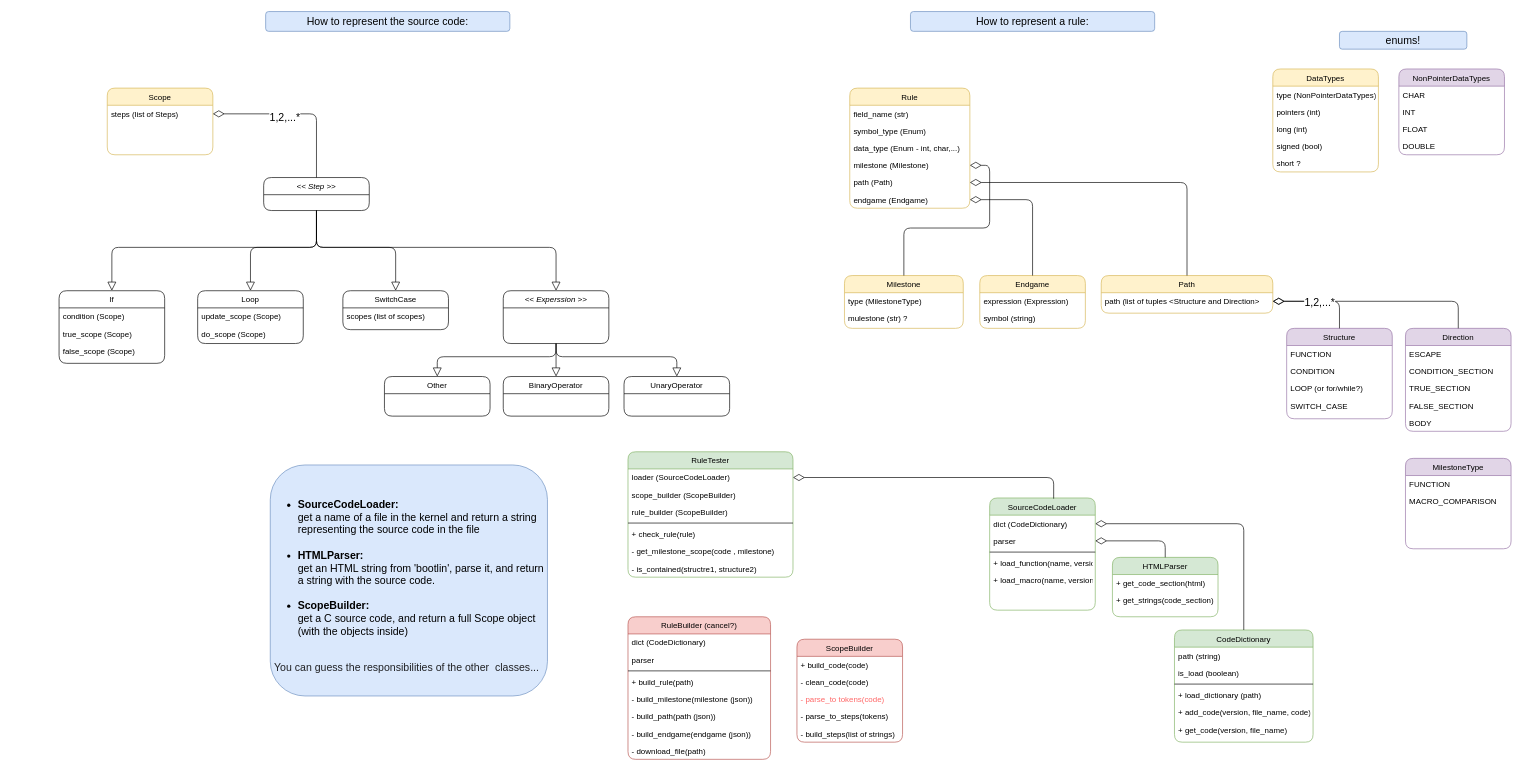
This is Untitled Diagram.drawio from zivnaim/simon, a draw.io file, before an edit. Source tidied: cells renumbered, new cells numbered last; positions are measured from the earlier drawing's top-left corner, leaving out a move shared by most shapes. Both pictures are drawn from the tidied source at 66%, with x=0, y=0 at pixel (59, 11).
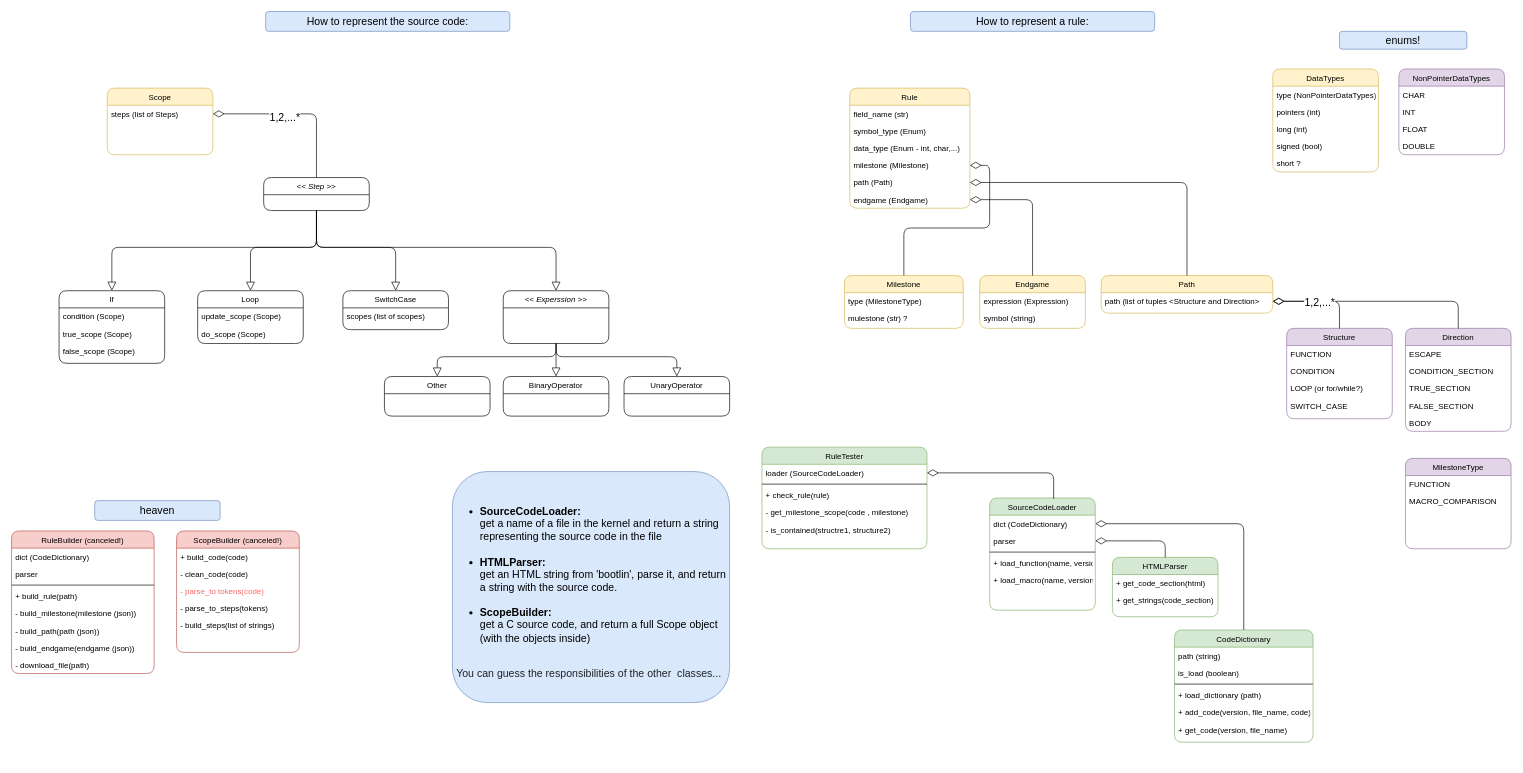
After the change.

What changed in the source:
```diff
@@
     <mxCell id="11" value="RuleTester" style="swimlane;fontStyle=0;align=center;verticalAlign=top;horizontal=1;startSize=26;rounded=1;shadow=0;strokeWidth=1;fillColor=#d5e8d4;strokeColor=#82b366;" parent="1" vertex="1">
-      <mxGeometry x="862" y="667" width="250" height="190" as="geometry" />
+      <mxGeometry x="1065" y="660" width="250" height="154" as="geometry" />
     </mxCell>
@@
-    <mxCell id="13" value="scope_builder (ScopeBuilder)" style="text;align=left;verticalAlign=top;spacingLeft=4;spacingRight=4;overflow=hidden;rounded=1;" parent="11" vertex="1">
-      <mxGeometry y="52" width="250" height="26" as="geometry" />
-    </mxCell>
-    <mxCell id="14" value="rule_builder (ScopeBuilder)" style="text;align=left;verticalAlign=top;spacingLeft=4;spacingRight=4;overflow=hidden;rounded=1;" parent="11" vertex="1">
-      <mxGeometry y="78" width="250" height="26" as="geometry" />
-    </mxCell>
     <mxCell id="15" style="line;html=1;strokeWidth=1;align=left;verticalAlign=middle;spacingTop=-1;spacingLeft=3;spacingRight=3;labelPosition=right;rounded=1;" parent="11" vertex="1">
-      <mxGeometry y="104" width="250" height="8" as="geometry" />
+      <mxGeometry y="52" width="250" height="8" as="geometry" />
     </mxCell>
     <mxCell id="16" value="+ check_rule(rule)" style="text;align=left;verticalAlign=top;spacingLeft=4;spacingRight=4;overflow=hidden;rounded=1;" parent="11" vertex="1">
-      <mxGeometry y="112" width="250" height="26" as="geometry" />
+      <mxGeometry y="60" width="250" height="26" as="geometry" />
     </mxCell>
     <mxCell id="17" value="- get_milestone_scope(code , milestone)" style="text;align=left;verticalAlign=top;spacingLeft=4;spacingRight=4;overflow=hidden;rounded=1;" parent="11" vertex="1">
-      <mxGeometry y="138" width="250" height="26" as="geometry" />
+      <mxGeometry y="86" width="250" height="26" as="geometry" />
     </mxCell>
     <mxCell id="18" value="- is_contained(structre1, structure2)" style="text;align=left;verticalAlign=top;spacingLeft=4;spacingRight=4;overflow=hidden;rounded=1;" parent="11" vertex="1">
-      <mxGeometry y="164" width="250" height="26" as="geometry" />
+      <mxGeometry y="112" width="250" height="26" as="geometry" />
     </mxCell>
@@
-    <mxCell id="21" value="ScopeBuilder" style="swimlane;fontStyle=0;align=center;verticalAlign=top;horizontal=1;startSize=26;rounded=1;shadow=0;strokeWidth=1;fillColor=#f8cecc;strokeColor=#b85450;" parent="1" vertex="1">
-      <mxGeometry x="1118" y="951" width="160" height="156" as="geometry" />
+    <mxCell id="21" value="ScopeBuilder (canceled!)" style="swimlane;fontStyle=0;align=center;verticalAlign=top;horizontal=1;startSize=26;rounded=1;shadow=0;strokeWidth=1;fillColor=#f8cecc;strokeColor=#b85450;" parent="1" vertex="1">
+      <mxGeometry x="178" y="787" width="186" height="184" as="geometry" />
     </mxCell>
     <mxCell id="22" value="+ build_code(code)" style="text;align=left;verticalAlign=top;spacingLeft=4;spacingRight=4;overflow=hidden;rounded=1;" parent="21" vertex="1">
-      <mxGeometry y="26" width="160" height="26" as="geometry" />
+      <mxGeometry y="26" width="186" height="26" as="geometry" />
     </mxCell>
     <mxCell id="23" value="- clean_code(code)" style="text;align=left;verticalAlign=top;spacingLeft=4;spacingRight=4;overflow=hidden;rounded=1;" parent="21" vertex="1">
-      <mxGeometry y="52" width="160" height="26" as="geometry" />
+      <mxGeometry y="52" width="186" height="26" as="geometry" />
     </mxCell>
     <mxCell id="24" value="- parse_to tokens(code)" style="text;align=left;verticalAlign=top;spacingLeft=4;spacingRight=4;overflow=hidden;rounded=1;fontColor=#FF6666;" parent="21" vertex="1">
-      <mxGeometry y="78" width="160" height="26" as="geometry" />
+      <mxGeometry y="78" width="186" height="26" as="geometry" />
     </mxCell>
     <mxCell id="25" value="- parse_to_steps(tokens)" style="text;align=left;verticalAlign=top;spacingLeft=4;spacingRight=4;overflow=hidden;rounded=1;" parent="21" vertex="1">
-      <mxGeometry y="104" width="160" height="26" as="geometry" />
+      <mxGeometry y="104" width="186" height="26" as="geometry" />
     </mxCell>
     <mxCell id="26" value="- build_steps(list of strings)" style="text;align=left;verticalAlign=top;spacingLeft=4;spacingRight=4;overflow=hidden;rounded=1;" parent="21" vertex="1">
-      <mxGeometry y="130" width="160" height="26" as="geometry" />
+      <mxGeometry y="130" width="186" height="26" as="geometry" />
     </mxCell>
@@
     <mxCell id="29" value="&lt;ul&gt;&lt;li&gt;&lt;div&gt;&lt;b&gt;SourceCodeLoader:&lt;/b&gt;&lt;/div&gt;&lt;div&gt;&lt;span&gt;get a name of a file in the kernel and return a string representing the source code in the file&lt;/span&gt;&lt;/div&gt;&lt;div&gt;&lt;br&gt;&lt;/div&gt;&lt;/li&gt;&lt;li&gt;&lt;div&gt;&lt;b&gt;HTMLParser:&lt;/b&gt;&lt;/div&gt;&lt;div&gt;&lt;span&gt;get an HTML string from 'bootlin', parse it, and return a string with the source code.&amp;nbsp;&amp;nbsp;&lt;/span&gt;&lt;/div&gt;&lt;div&gt;&lt;br&gt;&lt;/div&gt;&lt;/li&gt;&lt;li&gt;&lt;div&gt;&lt;b&gt;ScopeBuilder:&lt;/b&gt;&lt;/div&gt;&lt;div&gt;&lt;span&gt;get a C source code, and return a full Scope object (with the objects inside)&lt;/span&gt;&lt;/div&gt;&lt;/li&gt;&lt;/ul&gt;&lt;div&gt;&lt;br&gt;&lt;/div&gt;&lt;div&gt;&lt;font size=&quot;1&quot;&gt;&lt;span&gt; &lt;/span&gt;&lt;span style=&quot;color: rgb(32 , 33 , 36) ; font-family: inherit ; font-size: 16px&quot;&gt;&lt;span style=&quot;white-space: pre&quot;&gt; &lt;/span&gt;You can guess the responsibilities of the other &lt;span style=&quot;white-space: pre&quot;&gt; &lt;/span&gt;classes...&lt;/span&gt;&lt;/font&gt;&lt;br&gt;&lt;/div&gt;" style="text;html=1;strokeColor=#6c8ebf;fillColor=#dae8fc;align=left;verticalAlign=middle;whiteSpace=wrap;rounded=1;fontSize=16;" parent="1" vertex="1">
-      <mxGeometry x="320" y="687" width="420" height="350" as="geometry" />
+      <mxGeometry x="596" y="697" width="420" height="350" as="geometry" />
     </mxCell>
@@
-    <mxCell id="81" value="RuleBuilder (cancel?)" style="swimlane;fontStyle=0;align=center;verticalAlign=top;horizontal=1;startSize=26;rounded=1;shadow=0;strokeWidth=1;fillColor=#f8cecc;strokeColor=#b85450;" parent="1" vertex="1">
-      <mxGeometry x="862" y="917" width="216" height="216" as="geometry" />
+    <mxCell id="81" value="RuleBuilder (canceled!)" style="swimlane;fontStyle=0;align=center;verticalAlign=top;horizontal=1;startSize=26;rounded=1;shadow=0;strokeWidth=1;fillColor=#f8cecc;strokeColor=#b85450;" parent="1" vertex="1">
+      <mxGeometry x="-72" y="787" width="216" height="216" as="geometry" />
     </mxCell>
@@
+    <mxCell id="119" value="heaven" style="text;html=1;strokeColor=#6c8ebf;fillColor=#dae8fc;align=center;verticalAlign=middle;whiteSpace=wrap;rounded=1;fontSize=16;" parent="1" vertex="1">
+      <mxGeometry x="54" y="741" width="190" height="30" as="geometry" />
+    </mxCell>
```
